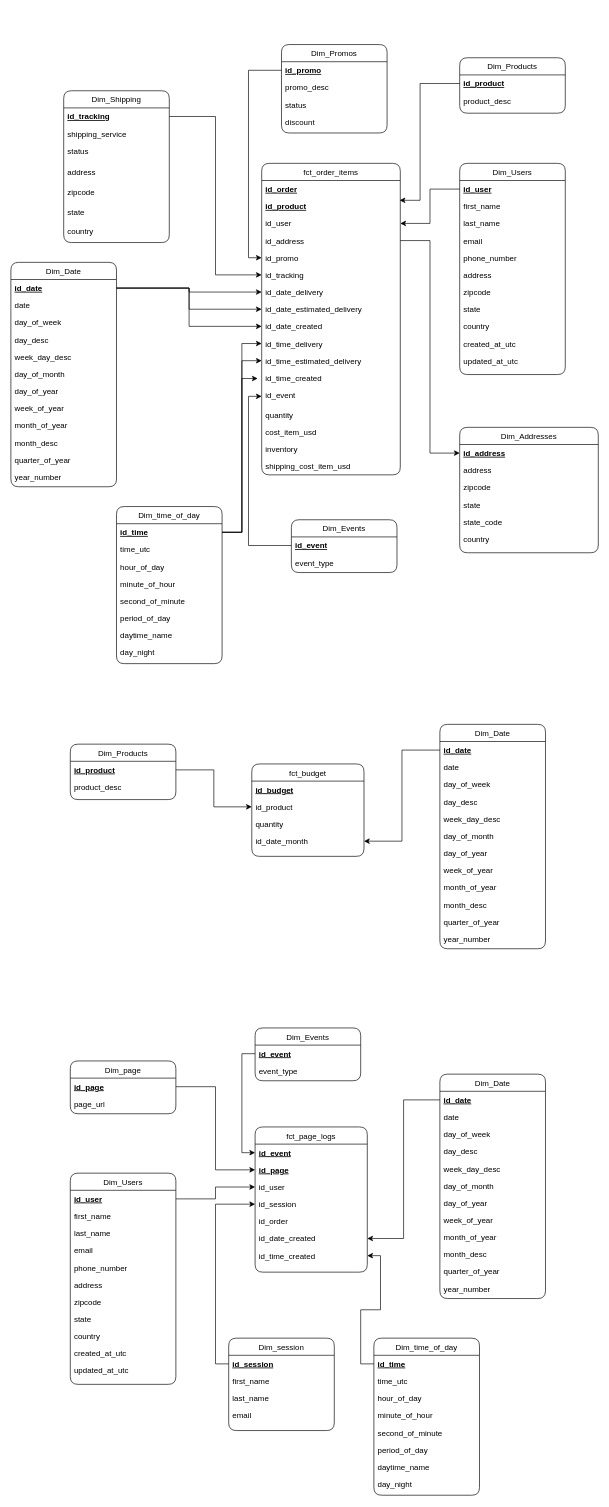
The draw.io diagram dimensional model.drawio in julia030798/curso_data_engineering, before the edit. Source tidied: cells renumbered, new cells numbered last; positions are measured from the earlier drawing's top-left corner, leaving out a move shared by most shapes. Both pictures are drawn from the tidied source at 66%, with x=0, y=0 at pixel (11, 44).
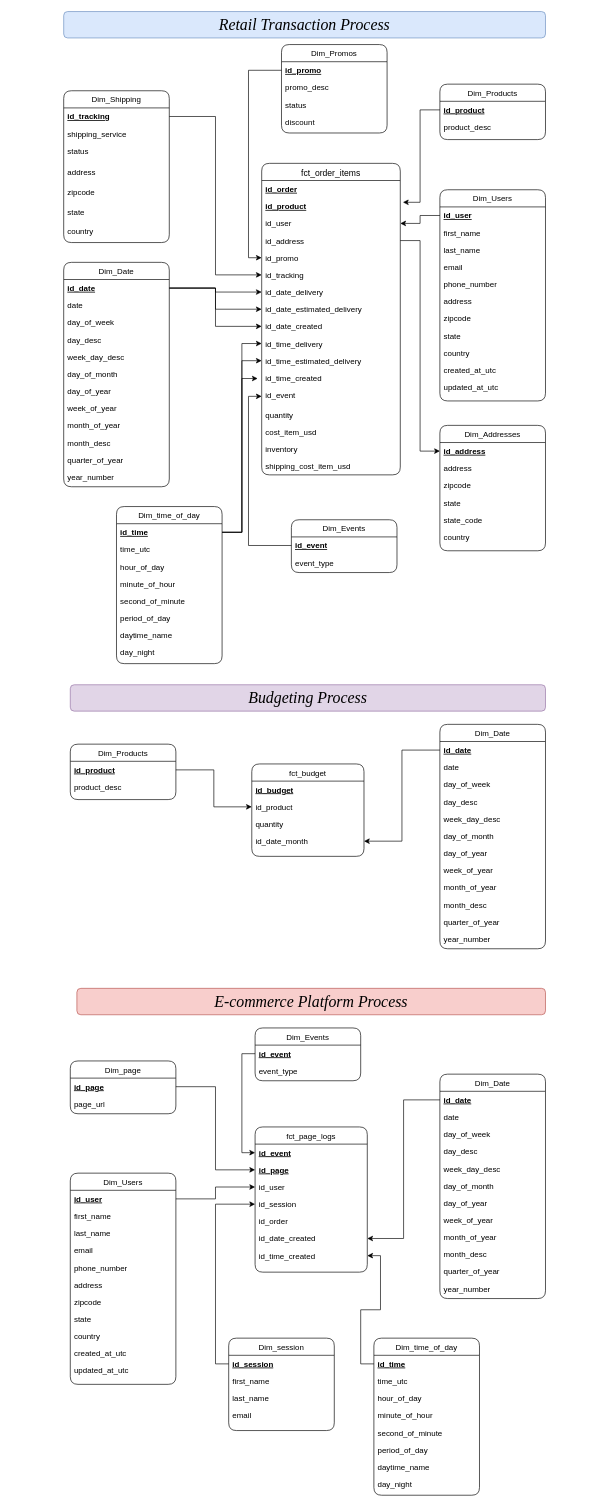
Above is the later version.

Unchanged cells that the change refers to:
```xml
<mxCell id="20" value="id_product" style="text;align=left;verticalAlign=top;spacingLeft=4;spacingRight=4;overflow=hidden;points=[[0,0.5],[1,0.5]];portConstraint=eastwest;fontStyle=5;" parent="19" vertex="1">
  <mxGeometry y="26" width="160" height="26" as="geometry" />
</mxCell>
<mxCell id="50" style="group;labelBackgroundColor=#1d29d3;" parent="1" vertex="1">
  <mxGeometry x="330" y="180" width="260" height="470" as="geometry" />
</mxCell>
<mxCell id="53" value="id_product" style="text;align=left;verticalAlign=top;spacingLeft=4;spacingRight=4;overflow=hidden;points=[[0,0.5],[1,0.5]];portConstraint=eastwest;rounded=0;shadow=0;html=0;fontStyle=5;" parent="51" vertex="1">
  <mxGeometry y="52" width="210" height="26" as="geometry" />
</mxCell>
```

Change to the diagram source:
```diff
@@
     <mxCell id="2" value="Dim_Users" style="swimlane;fontStyle=0;align=center;verticalAlign=top;horizontal=1;startSize=26;rounded=1;shadow=0;strokeWidth=1;" parent="1" vertex="1">
-      <mxGeometry x="680" y="180" width="160" height="320" as="geometry" />
+      <mxGeometry x="650" y="220" width="160" height="320" as="geometry" />
     </mxCell>
@@
     <mxCell id="19" value="Dim_Products" style="swimlane;fontStyle=0;align=center;verticalAlign=top;horizontal=1;startSize=26;rounded=1;shadow=0;strokeWidth=1;" parent="1" vertex="1">
-      <mxGeometry x="680" y="20" width="160" height="84" as="geometry" />
+      <mxGeometry x="650" y="60" width="160" height="84" as="geometry" />
     </mxCell>
@@
     <mxCell id="30" value="Dim_Addresses" style="swimlane;fontStyle=0;align=center;verticalAlign=top;horizontal=1;startSize=26;rounded=1;shadow=0;strokeWidth=1;" parent="1" vertex="1">
-      <mxGeometry x="680" y="580" width="210" height="190" as="geometry" />
+      <mxGeometry x="650" y="577" width="160" height="190" as="geometry" />
     </mxCell>
     <mxCell id="31" value="id_address" style="text;align=left;verticalAlign=top;spacingLeft=4;spacingRight=4;overflow=hidden;points=[[0,0.5],[1,0.5]];portConstraint=eastwest;fontStyle=5;" parent="30" vertex="1">
-      <mxGeometry y="26" width="210" height="26" as="geometry" />
+      <mxGeometry y="26" width="160" height="26" as="geometry" />
     </mxCell>
     <mxCell id="32" value="address" style="text;align=left;verticalAlign=top;spacingLeft=4;spacingRight=4;overflow=hidden;rounded=0;shadow=0;html=0;" parent="30" vertex="1">
-      <mxGeometry y="52" width="210" height="26" as="geometry" />
+      <mxGeometry y="52" width="160" height="26" as="geometry" />
     </mxCell>
     <mxCell id="33" value="zipcode" style="text;align=left;verticalAlign=top;spacingLeft=4;spacingRight=4;overflow=hidden;rounded=0;shadow=0;html=0;" parent="30" vertex="1">
-      <mxGeometry y="78" width="210" height="26" as="geometry" />
+      <mxGeometry y="78" width="160" height="26" as="geometry" />
     </mxCell>
     <mxCell id="34" value="state" style="text;align=left;verticalAlign=top;spacingLeft=4;spacingRight=4;overflow=hidden;rounded=0;shadow=0;html=0;" parent="30" vertex="1">
-      <mxGeometry y="104" width="210" height="26" as="geometry" />
+      <mxGeometry y="104" width="160" height="26" as="geometry" />
     </mxCell>
     <mxCell id="35" value="state_code" style="text;align=left;verticalAlign=top;spacingLeft=4;spacingRight=4;overflow=hidden;rounded=0;shadow=0;html=0;" parent="30" vertex="1">
-      <mxGeometry y="130" width="210" height="26" as="geometry" />
+      <mxGeometry y="130" width="160" height="26" as="geometry" />
     </mxCell>
     <mxCell id="36" value="country" style="text;align=left;verticalAlign=top;spacingLeft=4;spacingRight=4;overflow=hidden;rounded=0;shadow=0;html=0;" parent="30" vertex="1">
-      <mxGeometry y="156" width="210" height="26" as="geometry" />
+      <mxGeometry y="156" width="160" height="26" as="geometry" />
     </mxCell>
     <mxCell id="37" value="Dim_Date" style="swimlane;fontStyle=0;align=center;verticalAlign=top;horizontal=1;startSize=26;rounded=1;shadow=0;strokeWidth=1;" parent="1" vertex="1">
-      <mxGeometry y="330" width="160" height="340" as="geometry" />
+      <mxGeometry x="80" y="330" width="160" height="340" as="geometry" />
     </mxCell>
@@
-    <mxCell id="51" value="fct_order_items" style="swimlane;fontStyle=0;align=center;verticalAlign=top;horizontal=1;startSize=26;rounded=1;shadow=0;strokeWidth=1;labelBackgroundColor=none;labelBorderColor=none;" parent="50" vertex="1">
+    <mxCell id="51" value="fct_order_items" style="swimlane;fontStyle=0;align=center;verticalAlign=top;horizontal=1;startSize=26;rounded=1;shadow=0;strokeWidth=1;labelBackgroundColor=none;labelBorderColor=none;fontSize=13;" parent="50" vertex="1">
       <mxGeometry x="50" width="210" height="472" as="geometry" />
     </mxCell>
@@
-    <mxCell id="159" style="edgeStyle=orthogonalEdgeStyle;rounded=0;jettySize=auto;html=1;exitX=0;exitY=0.5;exitDx=0;exitDy=0;entryX=0.995;entryY=0.154;entryDx=0;entryDy=0;entryPerimeter=0;" parent="1" edge="1" source="20" target="53">
-      <mxGeometry relative="1" as="geometry">
-        <Array as="points">
-          <mxPoint x="620" y="59" />
-          <mxPoint x="620" y="236" />
-        </Array>
-      </mxGeometry>
-    </mxCell>
@@
+    <mxCell id="175" value="&lt;i&gt;&lt;font style=&quot;font-size: 24px;&quot; face=&quot;Garamond&quot;&gt;Budgeting Process&lt;/font&gt;&lt;/i&gt;" style="rounded=1;whiteSpace=wrap;html=1;fillColor=#e1d5e7;strokeColor=#9673a6;" parent="1" vertex="1">
+      <mxGeometry x="90" y="970" width="720" height="40" as="geometry" />
+    </mxCell>
+    <mxCell id="176" value="&lt;i&gt;&lt;font style=&quot;font-size: 24px;&quot; face=&quot;Garamond&quot;&gt;Retail Transaction Process&lt;/font&gt;&lt;/i&gt;" style="rounded=1;whiteSpace=wrap;html=1;fillColor=#dae8fc;strokeColor=#6c8ebf;" parent="1" vertex="1">
+      <mxGeometry x="80" y="-50" width="730" height="40" as="geometry" />
+    </mxCell>
+    <mxCell id="177" value="&lt;i&gt;&lt;font style=&quot;font-size: 24px;&quot; face=&quot;Garamond&quot;&gt;E-commerce Platform&lt;/font&gt;&lt;/i&gt;&lt;i&gt;&lt;font style=&quot;font-size: 24px;&quot; face=&quot;Garamond&quot;&gt;&amp;nbsp;Process&lt;/font&gt;&lt;/i&gt;" style="rounded=1;whiteSpace=wrap;html=1;fillColor=#f8cecc;strokeColor=#b85450;" parent="1" vertex="1">
+      <mxGeometry x="100" y="1430" width="710" height="40" as="geometry" />
+    </mxCell>
+    <mxCell id="159" style="edgeStyle=orthogonalEdgeStyle;rounded=0;jettySize=auto;html=1;exitX=0;exitY=0.5;exitDx=0;exitDy=0;entryX=1.019;entryY=0.269;entryDx=0;entryDy=0;entryPerimeter=0;" parent="1" edge="1" source="20" target="53">
+      <mxGeometry relative="1" as="geometry" />
+    </mxCell>
```
